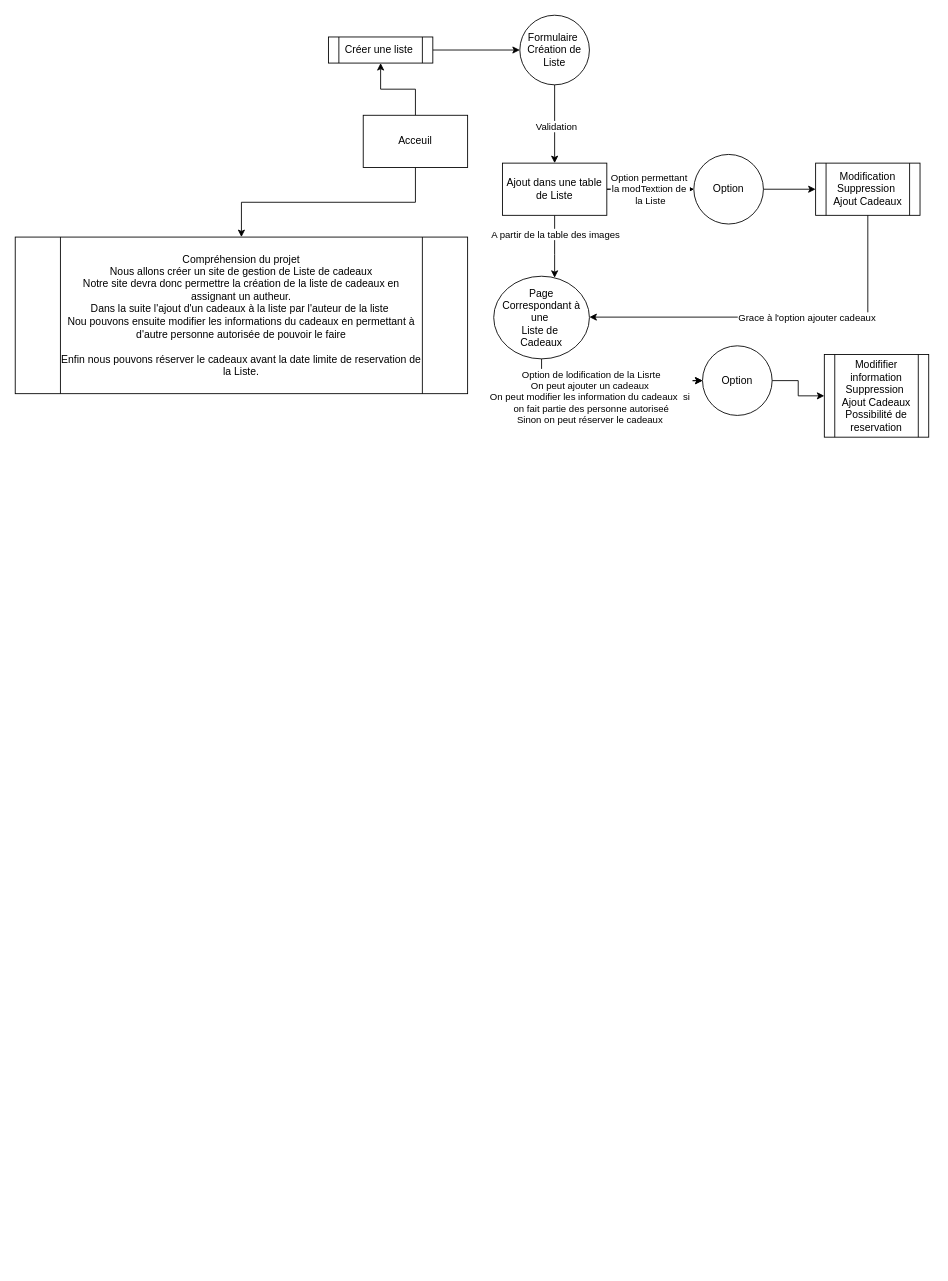
This is Schema/SchemaProjet.drawio from ELMAJJOUTIMhamed/Projet-colab-Architecture, a draw.io file, before an edit. Source tidied: cells renumbered, new cells numbered last; positions are measured from the earlier drawing's top-left corner, leaving out a move shared by most shapes. Both pictures are drawn from the tidied source at 87%, with x=0, y=0 at pixel (15, 15).
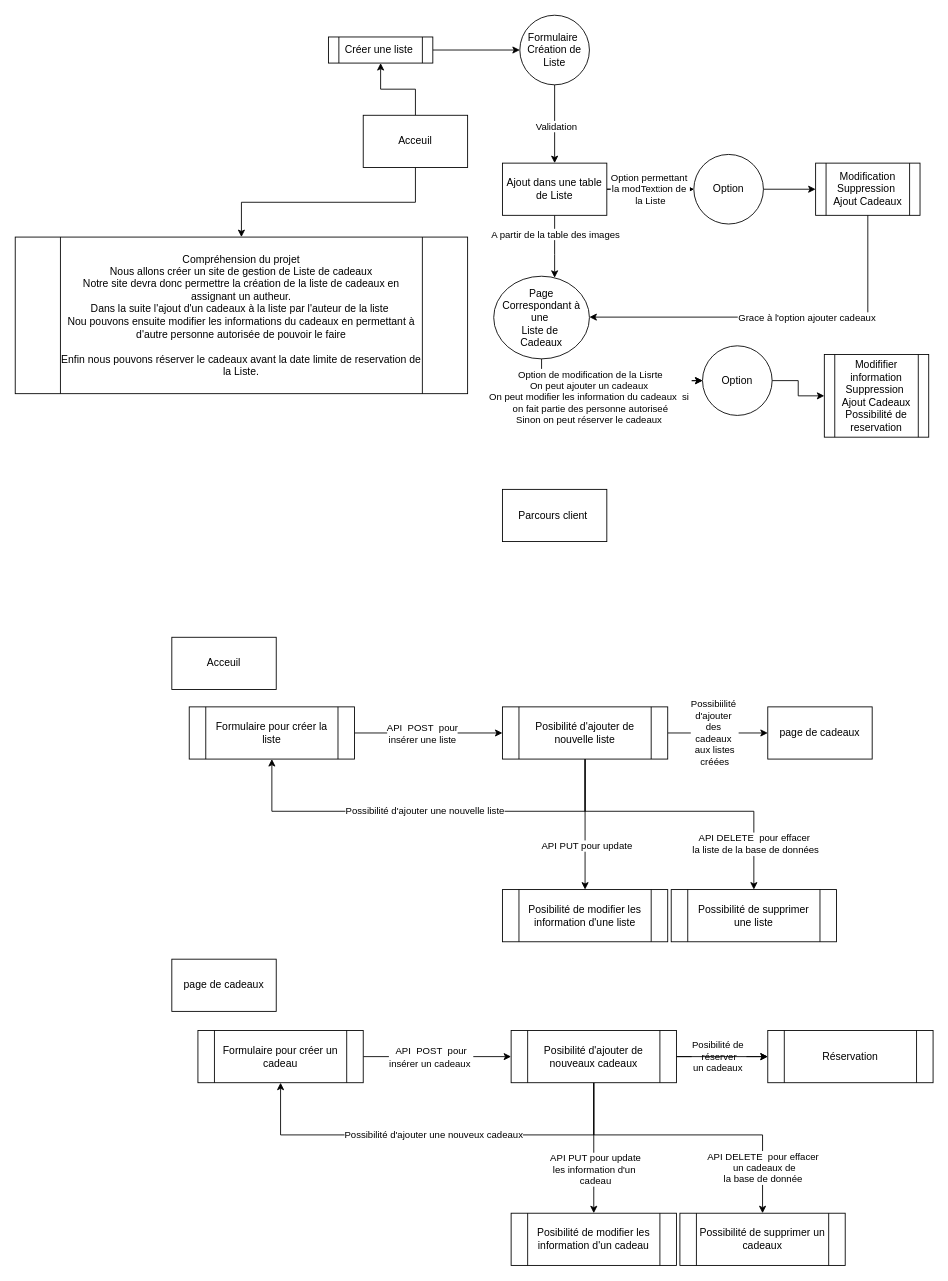
Above is the later version.

The change refers to these unchanged cells:
```xml
<mxCell id="23" style="edgeStyle=orthogonalEdgeStyle;rounded=0;jettySize=auto;html=1;exitX=0.5;exitY=1;exitDx=0;exitDy=0;" parent="1" edge="1" source="18" target="26">
  <mxGeometry relative="1" as="geometry" />
</mxCell>
```

Change to the diagram source:
```diff
@@
-    <mxCell id="24" value="Option de lodification de la Lisrte&lt;br&gt;On peut ajouter un cadeaux&amp;nbsp;&lt;br&gt;On peut modifier les information du cadeaux&amp;nbsp; si&amp;nbsp;&lt;br&gt;on fait partie des personne autoriseé&lt;br&gt;Sinon on peut réserver le cadeaux&amp;nbsp;" style="edgeLabel;html=1;align=center;verticalAlign=middle;" parent="23" vertex="1">
+    <mxCell id="24" value="Option de modification de la Lisrte&lt;br&gt;On peut ajouter un cadeaux&amp;nbsp;&lt;br&gt;On peut modifier les information du cadeaux&amp;nbsp; si&amp;nbsp;&lt;br&gt;on fait partie des personne autoriseé&lt;br&gt;Sinon on peut réserver le cadeaux&amp;nbsp;" style="edgeLabel;html=1;align=center;verticalAlign=middle;" parent="23" vertex="1">
       <mxGeometry x="-0.1" relative="1" as="geometry">
-        <mxPoint x="-14" y="18" as="offset" />
+        <mxPoint x="-15" y="18" as="offset" />
       </mxGeometry>
     </mxCell>
@@
+    <mxCell id="29" value="Parcours client&amp;nbsp;" style="whiteSpace=wrap;html=1;" parent="1" vertex="1">
+      <mxGeometry x="560" y="545" width="120" height="60" as="geometry" />
+    </mxCell>
+    <mxCell id="30" value="Acceuil" style="rounded=0;whiteSpace=wrap;html=1;" parent="1" vertex="1">
+      <mxGeometry x="180" y="715" width="120" height="60" as="geometry" />
+    </mxCell>
+    <mxCell id="31" style="edgeStyle=orthogonalEdgeStyle;rounded=0;jettySize=auto;html=1;" parent="1" edge="1" source="33" target="42">
+      <mxGeometry relative="1" as="geometry" />
+    </mxCell>
+    <mxCell id="32" value="API&amp;nbsp; POST&amp;nbsp; pour &lt;br&gt;insérer une liste" style="edgeLabel;html=1;align=center;verticalAlign=middle;" parent="31" vertex="1">
+      <mxGeometry x="-0.09" relative="1" as="geometry" />
+    </mxCell>
+    <mxCell id="33" value="Formulaire pour créer la liste" style="shape=process;whiteSpace=wrap;html=1;backgroundOutline=1;" parent="1" vertex="1">
+      <mxGeometry x="200" y="795" width="190" height="60" as="geometry" />
+    </mxCell>
+    <mxCell id="34" style="edgeStyle=orthogonalEdgeStyle;rounded=0;jettySize=auto;html=1;entryX=0.5;entryY=1;entryDx=0;entryDy=0;" parent="1" edge="1" source="42" target="33">
+      <mxGeometry relative="1" as="geometry">
+        <Array as="points">
+          <mxPoint x="655" y="915" />
+          <mxPoint x="295" y="915" />
+        </Array>
+      </mxGeometry>
+    </mxCell>
+    <mxCell id="35" value="Possibilité d'ajouter une nouvelle liste" style="edgeLabel;html=1;align=center;verticalAlign=middle;" parent="34" vertex="1">
+      <mxGeometry x="0.02" y="-1" relative="1" as="geometry" />
+    </mxCell>
+    <mxCell id="36" style="edgeStyle=orthogonalEdgeStyle;rounded=0;jettySize=auto;html=1;" parent="1" edge="1" source="42" target="43">
+      <mxGeometry relative="1" as="geometry" />
+    </mxCell>
+    <mxCell id="37" value="Possibiilité&amp;nbsp;&lt;br&gt;d'ajouter&amp;nbsp;&lt;br&gt;des&amp;nbsp;&lt;br&gt;cadeaux&amp;nbsp;&lt;br&gt;aux&amp;nbsp;listes&lt;br&gt;créées" style="edgeLabel;html=1;align=center;verticalAlign=middle;" parent="36" vertex="1">
+      <mxGeometry x="-0.08" y="1" relative="1" as="geometry" />
+    </mxCell>
+    <mxCell id="38" style="edgeStyle=orthogonalEdgeStyle;rounded=0;jettySize=auto;html=1;" parent="1" edge="1" source="42" target="44">
+      <mxGeometry relative="1" as="geometry" />
+    </mxCell>
+    <mxCell id="39" value="API PUT pour update" style="edgeLabel;html=1;align=center;verticalAlign=middle;" parent="38" vertex="1">
+      <mxGeometry x="0.32" y="1" relative="1" as="geometry" />
+    </mxCell>
+    <mxCell id="40" style="edgeStyle=orthogonalEdgeStyle;rounded=0;jettySize=auto;html=1;" parent="1" edge="1" source="42" target="45">
+      <mxGeometry relative="1" as="geometry">
+        <Array as="points">
+          <mxPoint x="655" y="915" />
+          <mxPoint x="849" y="915" />
+        </Array>
+      </mxGeometry>
+    </mxCell>
+    <mxCell id="41" value="API DELETE&amp;nbsp; pour effacer&amp;nbsp;&lt;br&gt;la liste de la base de données" style="edgeLabel;html=1;align=center;verticalAlign=middle;" parent="40" vertex="1">
+      <mxGeometry x="0.69" y="1" relative="1" as="geometry" />
+    </mxCell>
+    <mxCell id="42" value="Posibilité d'ajouter de nouvelle liste" style="shape=process;whiteSpace=wrap;html=1;backgroundOutline=1;" parent="1" vertex="1">
+      <mxGeometry x="560" y="795" width="190" height="60" as="geometry" />
+    </mxCell>
+    <mxCell id="43" value="page de cadeaux" style="whiteSpace=wrap;html=1;" parent="1" vertex="1">
+      <mxGeometry x="865" y="795" width="120" height="60" as="geometry" />
+    </mxCell>
+    <mxCell id="44" value="Posibilité de modifier les information d'une liste" style="shape=process;whiteSpace=wrap;html=1;backgroundOutline=1;" parent="1" vertex="1">
+      <mxGeometry x="560" y="1005" width="190" height="60" as="geometry" />
+    </mxCell>
+    <mxCell id="45" value="Possibilité de supprimer une liste" style="shape=process;whiteSpace=wrap;html=1;backgroundOutline=1;" parent="1" vertex="1">
+      <mxGeometry x="754" y="1005" width="190" height="60" as="geometry" />
+    </mxCell>
+    <mxCell id="46" value="page de cadeaux" style="whiteSpace=wrap;html=1;" parent="1" vertex="1">
+      <mxGeometry x="180" y="1085" width="120" height="60" as="geometry" />
+    </mxCell>
+    <mxCell id="47" style="edgeStyle=orthogonalEdgeStyle;rounded=0;jettySize=auto;html=1;" parent="1" edge="1" source="49" target="59">
+      <mxGeometry relative="1" as="geometry" />
+    </mxCell>
+    <mxCell id="48" value="API&amp;nbsp; POST&amp;nbsp; pour &lt;br&gt;insérer un cadeaux&amp;nbsp;" style="edgeLabel;html=1;align=center;verticalAlign=middle;" parent="47" vertex="1">
+      <mxGeometry x="-0.09" relative="1" as="geometry" />
+    </mxCell>
+    <mxCell id="49" value="Formulaire pour créer un cadeau" style="shape=process;whiteSpace=wrap;html=1;backgroundOutline=1;" parent="1" vertex="1">
+      <mxGeometry x="210" y="1167" width="190" height="60" as="geometry" />
+    </mxCell>
+    <mxCell id="50" style="edgeStyle=orthogonalEdgeStyle;rounded=0;jettySize=auto;html=1;entryX=0.5;entryY=1;entryDx=0;entryDy=0;" parent="1" edge="1" source="59" target="49">
+      <mxGeometry relative="1" as="geometry">
+        <Array as="points">
+          <mxPoint x="665" y="1287" />
+          <mxPoint x="305" y="1287" />
+        </Array>
+      </mxGeometry>
+    </mxCell>
+    <mxCell id="51" value="Possibilité d'ajouter une nouveux cadeaux" style="edgeLabel;html=1;align=center;verticalAlign=middle;" parent="50" vertex="1">
+      <mxGeometry x="0.02" y="-1" relative="1" as="geometry" />
+    </mxCell>
+    <mxCell id="52" style="edgeStyle=orthogonalEdgeStyle;rounded=0;jettySize=auto;html=1;entryX=0;entryY=0.5;entryDx=0;entryDy=0;" parent="1" edge="1" source="59" target="62">
+      <mxGeometry relative="1" as="geometry" />
+    </mxCell>
+    <mxCell id="53" value="Posibilité de&amp;nbsp;&lt;br&gt;réserver &lt;br&gt;un cadeaux&amp;nbsp;" style="edgeLabel;html=1;align=center;verticalAlign=middle;" parent="52" vertex="1">
+      <mxGeometry x="-0.08" y="1" relative="1" as="geometry" />
+    </mxCell>
+    <mxCell id="54" style="edgeStyle=orthogonalEdgeStyle;rounded=0;jettySize=auto;html=1;" parent="1" edge="1" source="59" target="60">
+      <mxGeometry relative="1" as="geometry" />
+    </mxCell>
+    <mxCell id="55" value="API PUT pour update&lt;br&gt;les information d'un&amp;nbsp;&lt;br&gt;cadeau" style="edgeLabel;html=1;align=center;verticalAlign=middle;" parent="54" vertex="1">
+      <mxGeometry x="0.32" y="1" relative="1" as="geometry" />
+    </mxCell>
+    <mxCell id="56" style="edgeStyle=orthogonalEdgeStyle;rounded=0;jettySize=auto;html=1;" parent="1" edge="1" source="59" target="61">
+      <mxGeometry relative="1" as="geometry">
+        <Array as="points">
+          <mxPoint x="665" y="1287" />
+          <mxPoint x="859" y="1287" />
+        </Array>
+      </mxGeometry>
+    </mxCell>
+    <mxCell id="57" value="API DELETE&amp;nbsp; pour effacer&amp;nbsp;&lt;br&gt;un cadeaux de &lt;br&gt;la base de donnée&amp;nbsp;" style="edgeLabel;html=1;align=center;verticalAlign=middle;" parent="56" vertex="1">
+      <mxGeometry x="0.69" y="1" relative="1" as="geometry" />
+    </mxCell>
+    <mxCell id="58" style="edgeStyle=orthogonalEdgeStyle;rounded=0;jettySize=auto;html=1;" parent="1" edge="1" source="59" target="62">
+      <mxGeometry relative="1" as="geometry" />
+    </mxCell>
+    <mxCell id="59" value="Posibilité d'ajouter de nouveaux cadeaux" style="shape=process;whiteSpace=wrap;html=1;backgroundOutline=1;" parent="1" vertex="1">
+      <mxGeometry x="570" y="1167" width="190" height="60" as="geometry" />
+    </mxCell>
+    <mxCell id="60" value="Posibilité de modifier les information d'un cadeau" style="shape=process;whiteSpace=wrap;html=1;backgroundOutline=1;" parent="1" vertex="1">
+      <mxGeometry x="570" y="1377" width="190" height="60" as="geometry" />
+    </mxCell>
+    <mxCell id="61" value="Possibilité de supprimer un cadeaux" style="shape=process;whiteSpace=wrap;html=1;backgroundOutline=1;" parent="1" vertex="1">
+      <mxGeometry x="764" y="1377" width="190" height="60" as="geometry" />
+    </mxCell>
+    <mxCell id="62" value="Réservation" style="shape=process;whiteSpace=wrap;html=1;backgroundOutline=1;" parent="1" vertex="1">
+      <mxGeometry x="865" y="1167" width="190" height="60" as="geometry" />
+    </mxCell>
```
